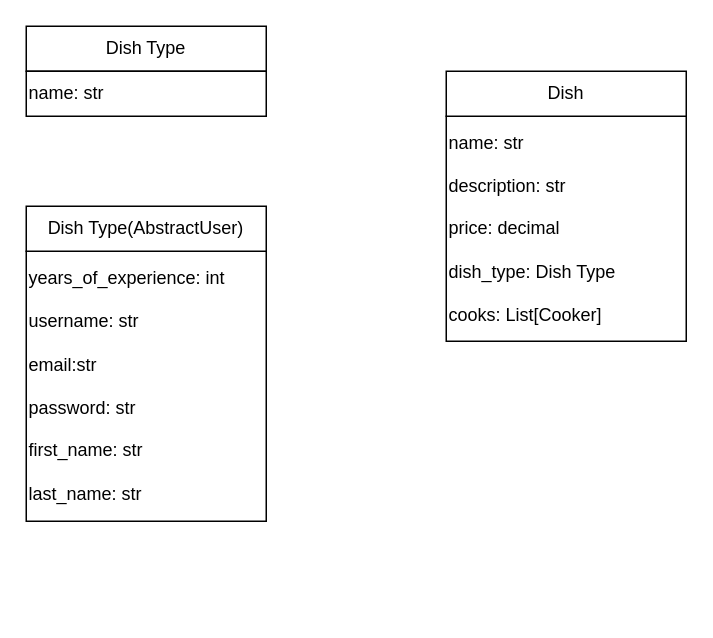
Earlier version of the draw.io diagram Restaurant Service.drawio (Anon920/restaurant_kitchen_service). Source tidied: cells renumbered, new cells numbered last; positions are measured from the earlier drawing's top-left corner, leaving out a move shared by most shapes. Both pictures are drawn from the tidied source at 150%, with x=0, y=0 at pixel (26, 26).
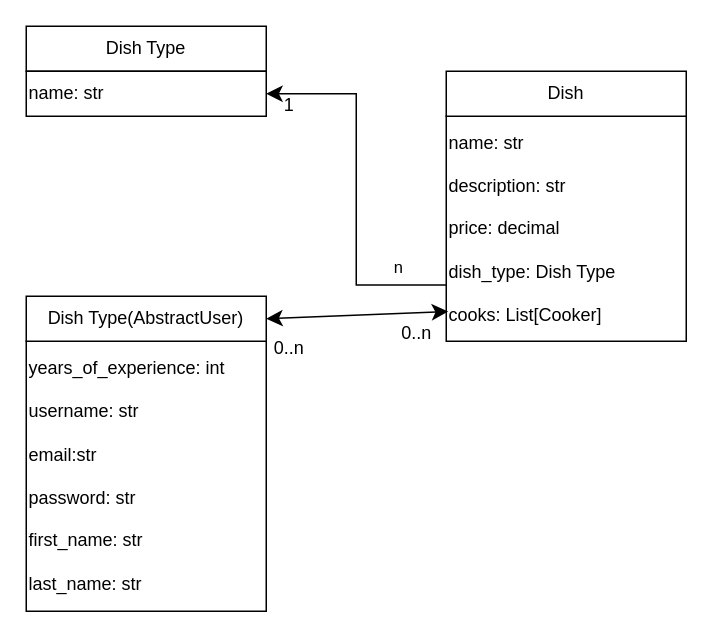
Above is the later version.

Diff of the diagram source:
```diff
@@
 <mxGraphModel>
   <root>
     <mxCell id="0" />
     <mxCell id="1" parent="0" />
     <mxCell id="2" value="Dish Type" style="rounded=0;whiteSpace=wrap;html=1;" parent="1" vertex="1">
       <mxGeometry width="160" height="30" as="geometry" />
     </mxCell>
     <mxCell id="3" value="name: str" style="rounded=0;whiteSpace=wrap;html=1;align=left;" parent="1" vertex="1">
       <mxGeometry y="30" width="160" height="30" as="geometry" />
     </mxCell>
     <mxCell id="4" value="years_of_experience: int&lt;div&gt;&lt;br&gt;&lt;/div&gt;&lt;div&gt;username: str&lt;/div&gt;&lt;div&gt;&lt;br&gt;&lt;/div&gt;&lt;div&gt;email:str&lt;/div&gt;&lt;div&gt;&lt;br&gt;&lt;/div&gt;&lt;div&gt;password: str&lt;br&gt;&lt;br&gt;first_name: str&lt;/div&gt;&lt;div&gt;&lt;br&gt;&lt;/div&gt;&lt;div&gt;last_name: str&lt;/div&gt;" style="rounded=0;whiteSpace=wrap;html=1;align=left;" parent="1" vertex="1">
-      <mxGeometry y="150" width="160" height="180" as="geometry" />
+      <mxGeometry y="210" width="160" height="180" as="geometry" />
     </mxCell>
     <mxCell id="5" value="Dish Type(AbstractUser)" style="rounded=0;whiteSpace=wrap;html=1;" parent="1" vertex="1">
-      <mxGeometry y="120" width="160" height="30" as="geometry" />
+      <mxGeometry y="180" width="160" height="30" as="geometry" />
     </mxCell>
     <mxCell id="6" value="name: str&lt;div&gt;&lt;br&gt;&lt;/div&gt;&lt;div&gt;description: str&lt;/div&gt;&lt;div&gt;&lt;br&gt;&lt;/div&gt;&lt;div&gt;price: decimal&lt;/div&gt;&lt;div&gt;&lt;br&gt;&lt;/div&gt;&lt;div&gt;dish_type: Dish Type&lt;/div&gt;&lt;div&gt;&lt;br&gt;&lt;/div&gt;&lt;div&gt;cooks: List[Cooker]&lt;/div&gt;" style="rounded=0;whiteSpace=wrap;html=1;align=left;" parent="1" vertex="1">
       <mxGeometry x="280" y="60" width="160" height="150" as="geometry" />
     </mxCell>
     <mxCell id="7" value="Dish" style="rounded=0;whiteSpace=wrap;html=1;" parent="1" vertex="1">
       <mxGeometry x="280" y="30" width="160" height="30" as="geometry" />
     </mxCell>
+    <mxCell id="8" style="edgeStyle=elbowEdgeStyle;elbow=horizontal;endArrow=classic;html=1;curved=0;rounded=0;endSize=8;startSize=8;entryX=1;entryY=0.5;entryDx=0;entryDy=0;exitX=0;exitY=0.75;exitDx=0;exitDy=0;" parent="1" edge="1" source="6" target="3">
+      <mxGeometry relative="1" as="geometry" />
+    </mxCell>
+    <mxCell id="9" value="n" style="edgeLabel;html=1;align=center;verticalAlign=middle;" parent="8" vertex="1">
+      <mxGeometry x="-0.73" y="-1" relative="1" as="geometry">
+        <mxPoint y="-11" as="offset" />
+      </mxGeometry>
+    </mxCell>
+    <mxCell id="10" value="1" style="text;html=1;align=center;verticalAlign=middle;strokeColor=none;fillColor=none;" parent="1" vertex="1">
+      <mxGeometry x="160" y="38" width="30" height="30" as="geometry" />
+    </mxCell>
+    <mxCell id="11" style="edgeStyle=none;jettySize=auto;html=1;endArrow=classic;startArrow=classic;endSize=8;startSize=8;rounded=0;entryX=0.008;entryY=0.868;entryDx=0;entryDy=0;entryPerimeter=0;exitX=1;exitY=0.5;exitDx=0;exitDy=0;" parent="1" edge="1" source="5" target="6">
+      <mxGeometry relative="1" as="geometry" />
+    </mxCell>
+    <mxCell id="12" value="0..n" style="text;html=1;align=center;verticalAlign=middle;strokeColor=none;fillColor=none;" parent="1" vertex="1">
+      <mxGeometry x="155" y="200" width="40" height="30" as="geometry" />
+    </mxCell>
+    <mxCell id="13" value="0..n" style="text;html=1;align=center;verticalAlign=middle;strokeColor=none;fillColor=none;" parent="1" vertex="1">
+      <mxGeometry x="240" y="190" width="40" height="30" as="geometry" />
+    </mxCell>
   </root>
 </mxGraphModel>
```
